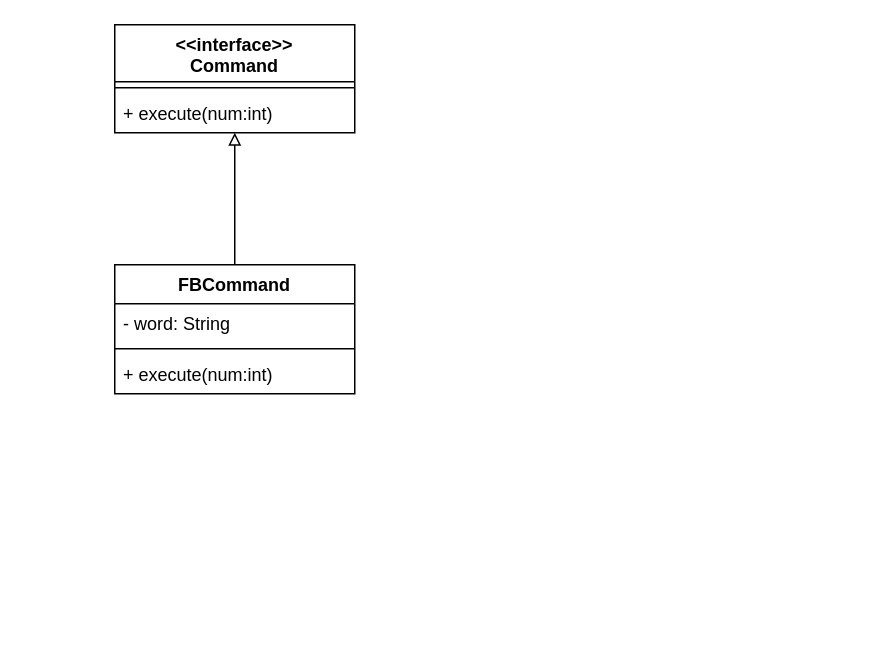
nateqdruen/CiSC210homework keeps this draw.io diagram as FizzBuzz_2019-11-05.drawio. Above is the earlier version. Source tidied: cells renumbered, new cells numbered last; positions are measured from the earlier drawing's top-left corner, leaving out a move shared by most shapes. Both pictures are drawn from the tidied source at 150%, with x=0, y=0 at pixel (114, 24).
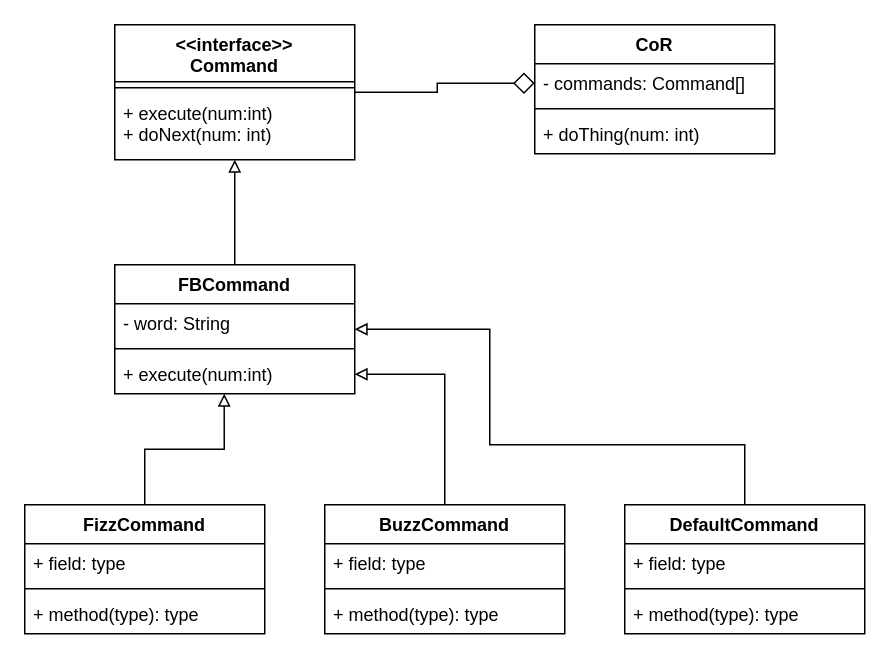
After the change.

The change refers to these unchanged cells:
```xml
<mxCell id="6" value="FBCommand" style="swimlane;fontStyle=1;align=center;verticalAlign=top;horizontal=1;startSize=26;" parent="1" vertex="1">
  <mxGeometry y="160" width="160" height="86" as="geometry" />
</mxCell>
<mxCell id="9" value="+ execute(num:int)" style="text;strokeColor=none;fillColor=none;align=left;verticalAlign=top;spacingLeft=4;spacingRight=4;overflow=hidden;points=[[0,0.5],[1,0.5]];portConstraint=eastwest;" parent="6" vertex="1">
  <mxGeometry y="60" width="160" height="26" as="geometry" />
</mxCell>
```

What changed in the source:
```diff
@@
+    <mxCell id="10" style="edgeStyle=orthogonalEdgeStyle;rounded=0;jettySize=auto;html=1;endArrow=diamond;endFill=0;strokeWidth=1;startSize=6;endSize=12;" parent="1" edge="1" source="2" target="27">
+      <mxGeometry relative="1" as="geometry" />
+    </mxCell>
     <mxCell id="2" value="&lt;&lt;interface&gt;&gt;&#10;Command" style="swimlane;fontStyle=1;align=center;verticalAlign=top;horizontal=1;startSize=38;" parent="1" vertex="1">
-      <mxGeometry width="160" height="72" as="geometry" />
+      <mxGeometry width="160" height="90" as="geometry" />
     </mxCell>
@@
-    <mxCell id="4" value="+ execute(num:int)" style="text;strokeColor=none;fillColor=none;align=left;verticalAlign=top;spacingLeft=4;spacingRight=4;overflow=hidden;" parent="2" vertex="1">
-      <mxGeometry y="46" width="160" height="26" as="geometry" />
+    <mxCell id="4" value="+ execute(num:int)&#10;+ doNext(num: int)&#10;" style="text;strokeColor=none;fillColor=none;align=left;verticalAlign=top;spacingLeft=4;spacingRight=4;overflow=hidden;" parent="2" vertex="1">
+      <mxGeometry y="46" width="160" height="44" as="geometry" />
     </mxCell>
@@
+    <mxCell id="11" style="edgeStyle=orthogonalEdgeStyle;rounded=0;jettySize=auto;html=1;entryX=0.456;entryY=1;entryDx=0;entryDy=0;entryPerimeter=0;endArrow=block;endFill=0;" parent="1" edge="1" source="12" target="9">
+      <mxGeometry relative="1" as="geometry" />
+    </mxCell>
+    <mxCell id="12" value="FizzCommand" style="swimlane;fontStyle=1;align=center;verticalAlign=top;horizontal=1;startSize=26;" parent="1" vertex="1">
+      <mxGeometry x="-60" y="320" width="160" height="86" as="geometry" />
+    </mxCell>
+    <mxCell id="13" value="+ field: type" style="text;strokeColor=none;fillColor=none;align=left;verticalAlign=top;spacingLeft=4;spacingRight=4;overflow=hidden;" parent="12" vertex="1">
+      <mxGeometry y="26" width="160" height="26" as="geometry" />
+    </mxCell>
+    <mxCell id="14" style="line;strokeWidth=1;fillColor=none;align=left;verticalAlign=middle;spacingTop=-1;spacingLeft=3;spacingRight=3;labelPosition=right;" parent="12" vertex="1">
+      <mxGeometry y="52" width="160" height="8" as="geometry" />
+    </mxCell>
+    <mxCell id="15" value="+ method(type): type" style="text;strokeColor=none;fillColor=none;align=left;verticalAlign=top;spacingLeft=4;spacingRight=4;overflow=hidden;" parent="12" vertex="1">
+      <mxGeometry y="60" width="160" height="26" as="geometry" />
+    </mxCell>
+    <mxCell id="16" style="edgeStyle=orthogonalEdgeStyle;rounded=0;jettySize=auto;html=1;entryX=1;entryY=0.5;entryDx=0;entryDy=0;endArrow=block;endFill=0;" parent="1" edge="1" source="17" target="9">
+      <mxGeometry relative="1" as="geometry" />
+    </mxCell>
+    <mxCell id="17" value="BuzzCommand" style="swimlane;fontStyle=1;align=center;verticalAlign=top;horizontal=1;startSize=26;" parent="1" vertex="1">
+      <mxGeometry x="140" y="320" width="160" height="86" as="geometry" />
+    </mxCell>
+    <mxCell id="18" value="+ field: type" style="text;strokeColor=none;fillColor=none;align=left;verticalAlign=top;spacingLeft=4;spacingRight=4;overflow=hidden;" parent="17" vertex="1">
+      <mxGeometry y="26" width="160" height="26" as="geometry" />
+    </mxCell>
+    <mxCell id="19" style="line;strokeWidth=1;fillColor=none;align=left;verticalAlign=middle;spacingTop=-1;spacingLeft=3;spacingRight=3;labelPosition=right;" parent="17" vertex="1">
+      <mxGeometry y="52" width="160" height="8" as="geometry" />
+    </mxCell>
+    <mxCell id="20" value="+ method(type): type" style="text;strokeColor=none;fillColor=none;align=left;verticalAlign=top;spacingLeft=4;spacingRight=4;overflow=hidden;" parent="17" vertex="1">
+      <mxGeometry y="60" width="160" height="26" as="geometry" />
+    </mxCell>
+    <mxCell id="21" style="edgeStyle=orthogonalEdgeStyle;rounded=0;jettySize=auto;html=1;entryX=1;entryY=0.5;entryDx=0;entryDy=0;endArrow=block;endFill=0;" parent="1" edge="1" source="22" target="6">
+      <mxGeometry relative="1" as="geometry">
+        <Array as="points">
+          <mxPoint x="420" y="280" />
+          <mxPoint x="250" y="280" />
+          <mxPoint x="250" y="203" />
+        </Array>
+      </mxGeometry>
+    </mxCell>
+    <mxCell id="22" value="DefaultCommand" style="swimlane;fontStyle=1;align=center;verticalAlign=top;horizontal=1;startSize=26;" parent="1" vertex="1">
+      <mxGeometry x="340" y="320" width="160" height="86" as="geometry" />
+    </mxCell>
+    <mxCell id="23" value="+ field: type" style="text;strokeColor=none;fillColor=none;align=left;verticalAlign=top;spacingLeft=4;spacingRight=4;overflow=hidden;" parent="22" vertex="1">
+      <mxGeometry y="26" width="160" height="26" as="geometry" />
+    </mxCell>
+    <mxCell id="24" style="line;strokeWidth=1;fillColor=none;align=left;verticalAlign=middle;spacingTop=-1;spacingLeft=3;spacingRight=3;labelPosition=right;" parent="22" vertex="1">
+      <mxGeometry y="52" width="160" height="8" as="geometry" />
+    </mxCell>
+    <mxCell id="25" value="+ method(type): type" style="text;strokeColor=none;fillColor=none;align=left;verticalAlign=top;spacingLeft=4;spacingRight=4;overflow=hidden;" parent="22" vertex="1">
+      <mxGeometry y="60" width="160" height="26" as="geometry" />
+    </mxCell>
+    <mxCell id="26" value="CoR" style="swimlane;fontStyle=1;align=center;verticalAlign=top;horizontal=1;startSize=26;" parent="1" vertex="1">
+      <mxGeometry x="280" width="160" height="86" as="geometry" />
+    </mxCell>
+    <mxCell id="27" value="- commands: Command[]" style="text;strokeColor=none;fillColor=none;align=left;verticalAlign=top;spacingLeft=4;spacingRight=4;overflow=hidden;points=[[0,0.5],[1,0.5]];portConstraint=eastwest;" parent="26" vertex="1">
+      <mxGeometry y="26" width="160" height="26" as="geometry" />
+    </mxCell>
+    <mxCell id="28" style="line;strokeWidth=1;fillColor=none;align=left;verticalAlign=middle;spacingTop=-1;spacingLeft=3;spacingRight=3;labelPosition=right;" parent="26" vertex="1">
+      <mxGeometry y="52" width="160" height="8" as="geometry" />
+    </mxCell>
+    <mxCell id="29" value="+ doThing(num: int)" style="text;strokeColor=none;fillColor=none;align=left;verticalAlign=top;spacingLeft=4;spacingRight=4;overflow=hidden;" parent="26" vertex="1">
+      <mxGeometry y="60" width="160" height="26" as="geometry" />
+    </mxCell>
```
